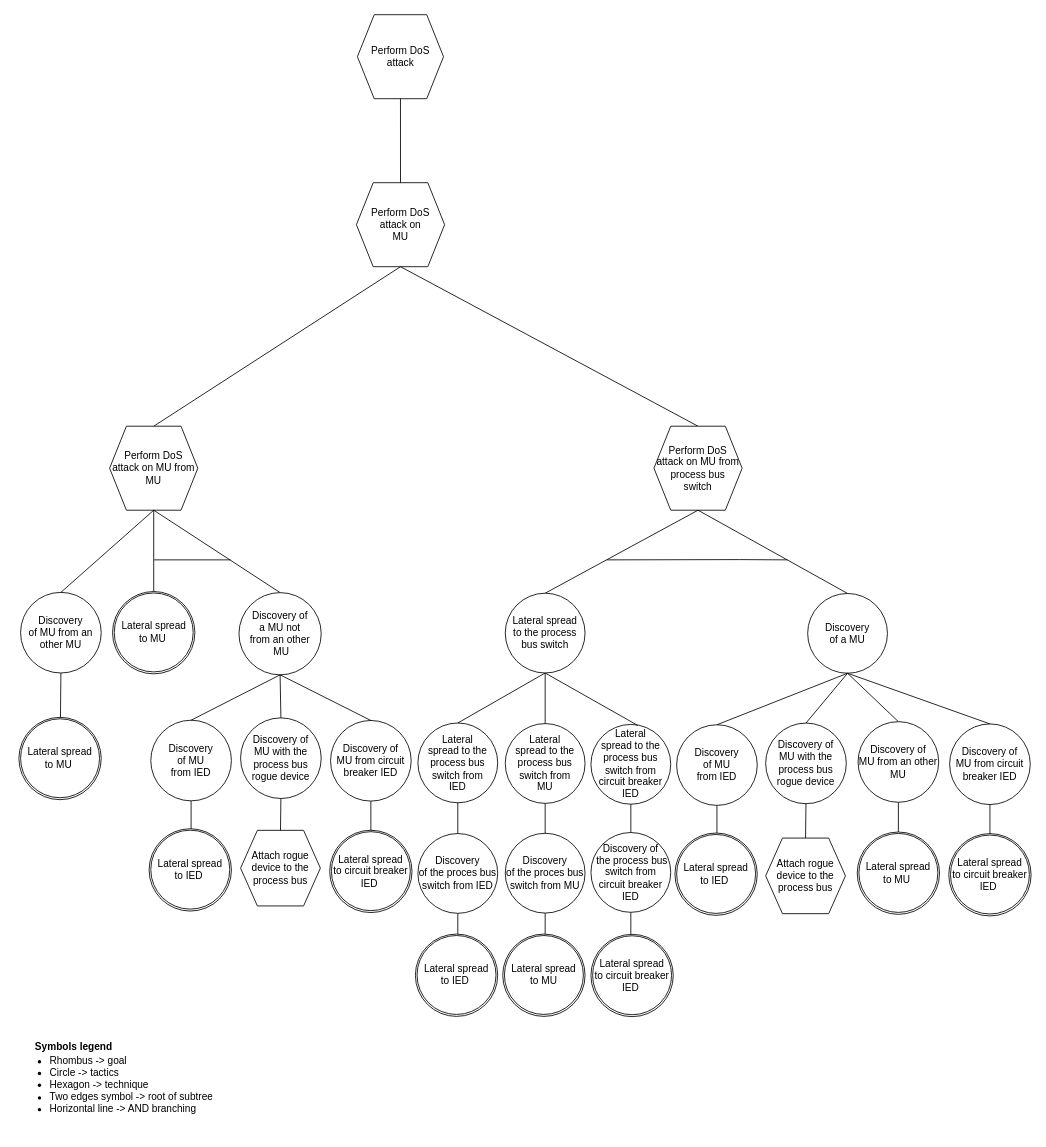
Before: drawIO_trees/solution_2_4_2.drawio in mihaelM/Attack_trees, a draw.io diagram. Source tidied: cells renumbered, new cells numbered last; positions are measured from the earlier drawing's top-left corner, leaving out a move shared by most shapes. Both pictures are drawn from the tidied source at 84%, with x=0, y=0 at pixel (14, 14).
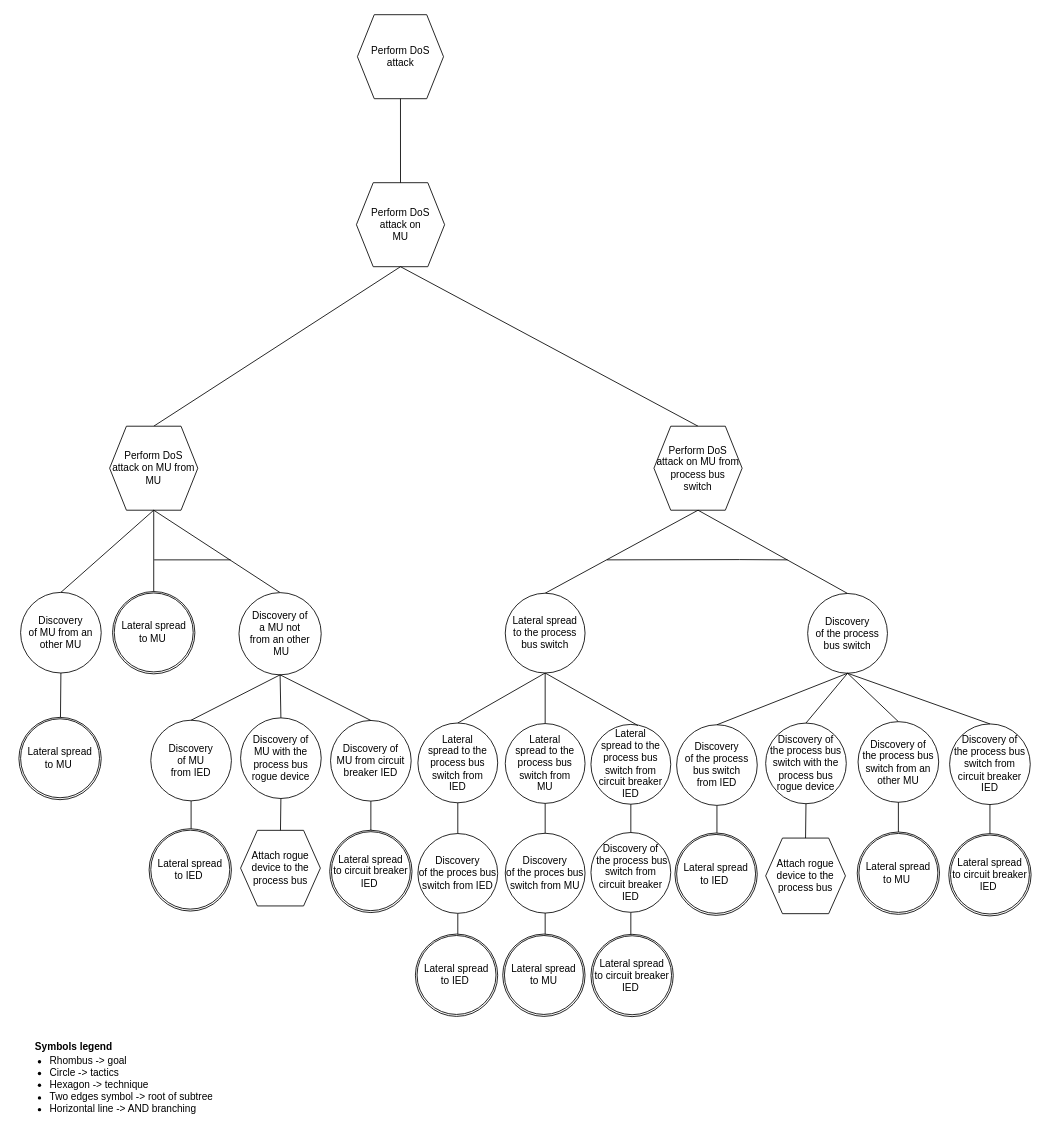
After the change.

Diff of the diagram source:
```diff
@@
-    <mxCell id="13" value="Discovery&lt;br&gt;of a MU" style="ellipse;whiteSpace=wrap;html=1;" parent="1" vertex="1">
+    <mxCell id="13" value="Discovery&lt;br&gt;of the process bus switch" style="ellipse;whiteSpace=wrap;html=1;" parent="1" vertex="1">
       <mxGeometry x="944" y="689" width="95" height="95" as="geometry" />
     </mxCell>
@@
-    <mxCell id="25" value="Discovery&lt;br&gt;of MU&lt;br&gt;from IED" style="ellipse;whiteSpace=wrap;html=1;" parent="1" vertex="1">
+    <mxCell id="25" value="Discovery&lt;br&gt;of the process bus switch&lt;br&gt;from IED" style="ellipse;whiteSpace=wrap;html=1;" parent="1" vertex="1">
       <mxGeometry x="788" y="845.3" width="96" height="96" as="geometry" />
     </mxCell>
@@
-    <mxCell id="27" value="Discovery of&lt;br&gt;MU with the process bus rogue device" style="ellipse;whiteSpace=wrap;html=1;" parent="1" vertex="1">
+    <mxCell id="27" value="Discovery of&lt;br&gt;the process bus switch with the process bus rogue device" style="ellipse;whiteSpace=wrap;html=1;" parent="1" vertex="1">
       <mxGeometry x="894" y="843.3" width="96" height="96" as="geometry" />
     </mxCell>
@@
-    <mxCell id="45" value="Discovery of&lt;br&gt;MU from an other MU" style="ellipse;whiteSpace=wrap;html=1;" parent="1" vertex="1">
+    <mxCell id="45" value="Discovery of&lt;br&gt;the process bus switch from an other MU" style="ellipse;whiteSpace=wrap;html=1;" parent="1" vertex="1">
       <mxGeometry x="1004" y="841.6" width="96" height="96" as="geometry" />
     </mxCell>
@@
-    <mxCell id="48" value="Discovery of&lt;br&gt;MU from circuit breaker IED" style="ellipse;whiteSpace=wrap;html=1;" parent="1" vertex="1">
+    <mxCell id="48" value="Discovery of &lt;br&gt;the process bus switch&amp;nbsp;from circuit breaker IED" style="ellipse;whiteSpace=wrap;html=1;" parent="1" vertex="1">
       <mxGeometry x="1113" y="844.3" width="96" height="96" as="geometry" />
     </mxCell>
```
